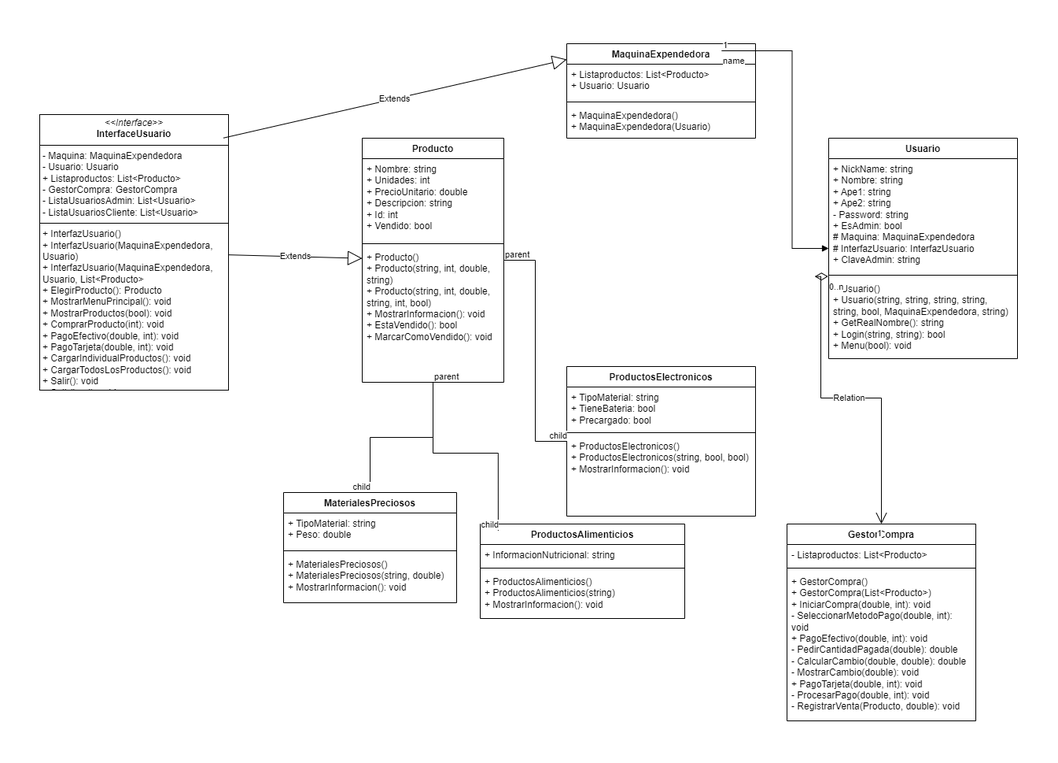
CarmenSanchezHDLFlor/MaquinaExpendedora---ProyectoFinal keeps this draw.io diagram as Diagrama MaquinaExpendedora.drawio.png. Above is the earlier version. Source tidied: cells renumbered, new cells last; positions are measured from the earlier drawing's top-left corner, leaving out a move shared by most shapes.
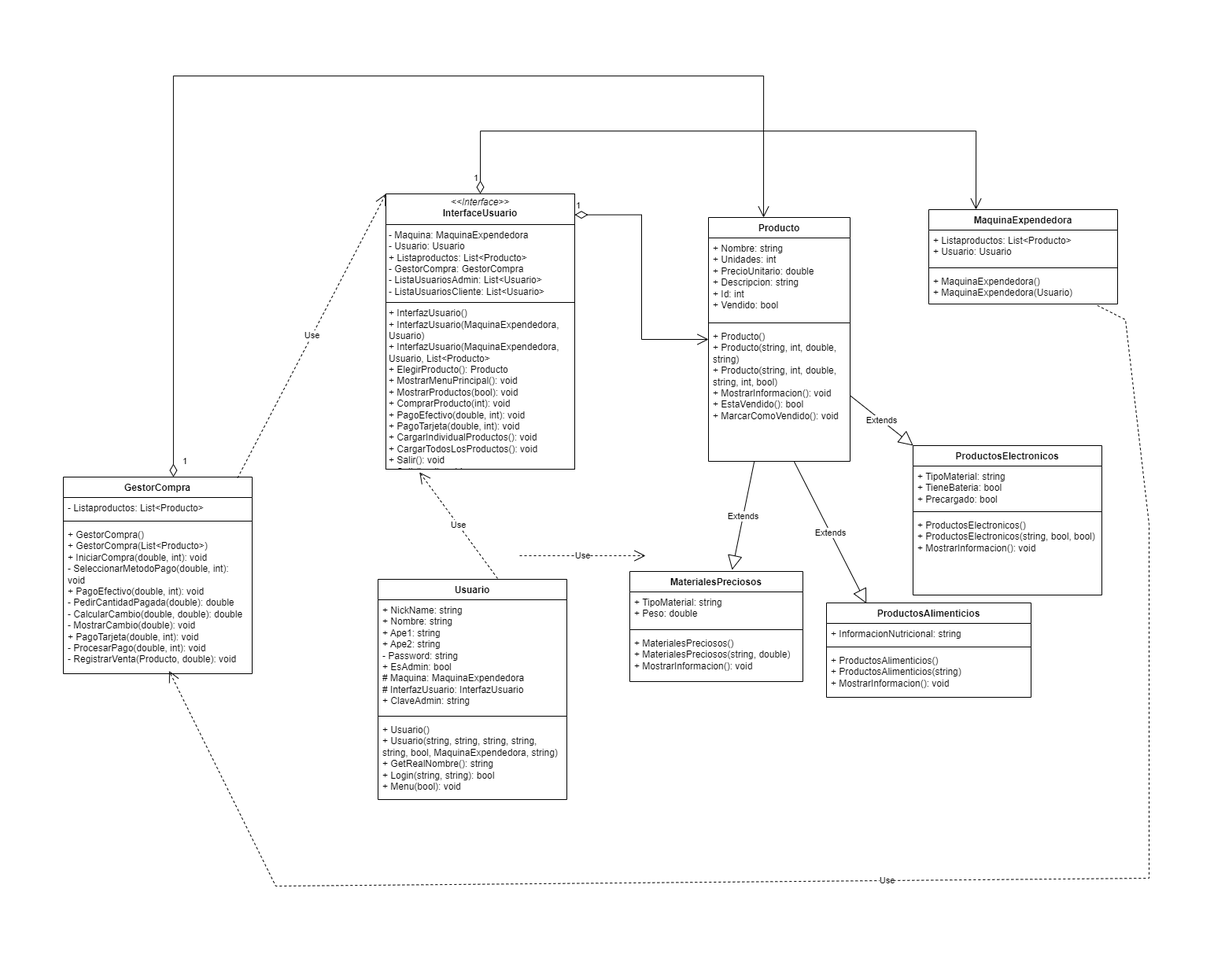
The same file after the commit.

Diff of the diagram source:
```diff
@@ -15,7 +15,7 @@
       <mxGeometry y="60" width="260" height="60" as="geometry" />
     </mxCell>
     <mxCell id="6" value="Usuario" style="swimlane;fontStyle=1;align=center;verticalAlign=top;horizontal=1;startSize=26;whiteSpace=wrap;html=1;" parent="1" vertex="1">
-      <mxGeometry x="1003" y="120" width="240" height="280" as="geometry" />
+      <mxGeometry x="-10" y="580" width="240" height="280" as="geometry" />
     </mxCell>
     <mxCell id="7" value="+ NickName: string&amp;nbsp;&lt;div&gt;+ Nombre: string&lt;/div&gt;&lt;div&gt;+ Ape1: string&lt;/div&gt;&lt;div&gt;+ Ape2: string&amp;nbsp;&lt;/div&gt;&lt;div&gt;- Password: string&lt;/div&gt;&lt;div&gt;+ EsAdmin: bool&amp;nbsp;&lt;/div&gt;&lt;div&gt;# Maquina: MaquinaExpendedora&lt;/div&gt;&lt;div&gt;# InterfazUsuario: InterfazUsuario&lt;/div&gt;&lt;div&gt;+ ClaveAdmin: string&lt;/div&gt;" style="text;strokeColor=none;fillColor=none;align=left;verticalAlign=top;spacingLeft=4;spacingRight=4;overflow=hidden;points=[[0,0.5],[1,0.5]];portConstraint=eastwest;whiteSpace=wrap;html=1;" parent="6" vertex="1">
       <mxGeometry y="26" width="240" height="144" as="geometry" />
@@ -39,7 +39,7 @@
       <mxGeometry y="88" width="240" height="102" as="geometry" />
     </mxCell>
     <mxCell id="14" value="MaquinaExpendedora" style="swimlane;fontStyle=1;align=center;verticalAlign=top;horizontal=1;startSize=26;whiteSpace=wrap;html=1;" parent="1" vertex="1">
-      <mxGeometry x="670" width="240" height="120" as="geometry" />
+      <mxGeometry x="690" y="110" width="240" height="120" as="geometry" />
     </mxCell>
     <mxCell id="15" value="+ Listaproductos: List&amp;lt;Producto&amp;gt;&lt;div&gt;+ Usuario: Usuario&lt;/div&gt;" style="text;strokeColor=none;fillColor=none;align=left;verticalAlign=top;spacingLeft=4;spacingRight=4;overflow=hidden;whiteSpace=wrap;html=1;" parent="14" vertex="1">
       <mxGeometry y="26" width="240" height="44" as="geometry" />
@@ -75,7 +75,7 @@
       <mxGeometry y="138" width="180" height="172" as="geometry" />
     </mxCell>
     <mxCell id="26" value="GestorCompra" style="swimlane;fontStyle=1;align=center;verticalAlign=top;horizontal=1;startSize=26;whiteSpace=wrap;html=1;" parent="1" vertex="1">
-      <mxGeometry x="950" y="610" width="240" height="250" as="geometry" />
+      <mxGeometry x="-410" y="450" width="240" height="250" as="geometry" />
     </mxCell>
     <mxCell id="27" value="- Listaproductos: List&amp;lt;Producto&amp;gt;&lt;div&gt;&lt;br&gt;&lt;/div&gt;" style="text;strokeColor=none;fillColor=none;align=left;verticalAlign=top;spacingLeft=4;spacingRight=4;overflow=hidden;whiteSpace=wrap;html=1;" parent="26" vertex="1">
       <mxGeometry y="26" width="240" height="26" as="geometry" />
@@ -89,55 +89,55 @@
     <mxCell id="30" value="&lt;p style=&quot;margin:0px;margin-top:4px;text-align:center;&quot;&gt;&lt;i&gt;&amp;lt;&amp;lt;Interface&amp;gt;&amp;gt;&lt;/i&gt;&lt;br&gt;&lt;b&gt;InterfaceUsuario&lt;/b&gt;&lt;/p&gt;&lt;hr size=&quot;1&quot; style=&quot;border-style:solid;&quot;&gt;&lt;p style=&quot;margin:0px;margin-left:4px;&quot;&gt;- Maquina: MaquinaExpendedora&lt;br&gt;- Usuario: Usuario&lt;/p&gt;&lt;p style=&quot;margin:0px;margin-left:4px;&quot;&gt;+ Listaproductos: List&amp;lt;Producto&amp;gt;&lt;/p&gt;&lt;p style=&quot;margin:0px;margin-left:4px;&quot;&gt;- GestorCompra: GestorCompra&lt;/p&gt;&lt;p style=&quot;margin:0px;margin-left:4px;&quot;&gt;- ListaUsuariosAdmin: List&amp;lt;Usuario&amp;gt;&lt;/p&gt;&lt;p style=&quot;margin:0px;margin-left:4px;&quot;&gt;- ListaUsuariosCliente: List&amp;lt;Usuario&amp;gt;&amp;nbsp;&lt;/p&gt;&lt;hr size=&quot;1&quot; style=&quot;border-style:solid;&quot;&gt;&lt;p style=&quot;margin:0px;margin-left:4px;&quot;&gt;+ InterfazUsuario()&lt;br&gt;+ InterfazUsuario(MaquinaExpendedora, Usuario)&lt;/p&gt;&lt;p style=&quot;margin:0px;margin-left:4px;&quot;&gt;+ InterfazUsuario(MaquinaExpendedora, Usuario, List&amp;lt;Producto&amp;gt;&lt;/p&gt;&lt;p style=&quot;margin:0px;margin-left:4px;&quot;&gt;+ ElegirProducto(): Producto&lt;/p&gt;&lt;p style=&quot;margin:0px;margin-left:4px;&quot;&gt;+ MostrarMenuPrincipal(): void&lt;/p&gt;&lt;p style=&quot;margin:0px;margin-left:4px;&quot;&gt;+ MostrarProductos(bool): void&lt;/p&gt;&lt;p style=&quot;margin:0px;margin-left:4px;&quot;&gt;+ ComprarProducto(int): void&lt;/p&gt;&lt;p style=&quot;margin:0px;margin-left:4px;&quot;&gt;+ PagoEfectivo(double, int): void&lt;/p&gt;&lt;p style=&quot;margin:0px;margin-left:4px;&quot;&gt;+ PagoTarjeta(double, int): void&amp;nbsp;&lt;/p&gt;&lt;p style=&quot;margin:0px;margin-left:4px;&quot;&gt;+ CargarIndividualProductos(): void&lt;/p&gt;&lt;p style=&quot;margin:0px;margin-left:4px;&quot;&gt;+ CargarTodosLosProductos(): void&lt;/p&gt;&lt;p style=&quot;margin:0px;margin-left:4px;&quot;&gt;+ Salir(): void&lt;/p&gt;&lt;p style=&quot;margin:0px;margin-left:4px;&quot;&gt;+ Salir(bool): void&amp;nbsp;&lt;/p&gt;" style="verticalAlign=top;align=left;overflow=fill;html=1;whiteSpace=wrap;" parent="1" vertex="1">
       <mxGeometry y="90" width="240" height="350" as="geometry" />
     </mxCell>
+    <mxCell id="32" value="Extends" style="endArrow=block;endSize=16;endFill=0;html=1;rounded=0;entryX=0.591;entryY=-0.014;entryDx=0;entryDy=0;entryPerimeter=0;" parent="1" edge="1" source="22" target="18">
+      <mxGeometry relative="1" as="geometry" />
+    </mxCell>
-    <mxCell id="31" value="Extends" style="endArrow=block;endSize=16;endFill=0;html=1;rounded=0;" parent="1" edge="1" source="30" target="22">
+    <mxCell id="31" value="Extends" style="endArrow=block;endSize=16;endFill=0;html=1;rounded=0;" parent="1" edge="1" source="22" target="10">
       <mxGeometry relative="1" as="geometry" />
     </mxCell>
-    <mxCell id="32" style="endArrow=none;html=1;edgeStyle=orthogonalEdgeStyle;rounded=0;" parent="1" edge="1" source="22" target="18">
-      <mxGeometry relative="1" as="geometry" />
-    </mxCell>
-    <mxCell id="33" value="parent" style="edgeLabel;html=1;align=left;verticalAlign=bottom;" parent="32" vertex="1">
-      <mxGeometry x="-1" relative="1" as="geometry" />
-    </mxCell>
-    <mxCell id="34" value="child" style="edgeLabel;html=1;align=right;verticalAlign=bottom;" parent="32" vertex="1">
-      <mxGeometry x="1" relative="1" as="geometry" />
-    </mxCell>
-    <mxCell id="35" style="endArrow=none;html=1;edgeStyle=orthogonalEdgeStyle;rounded=0;entryX=0.088;entryY=0.07;entryDx=0;entryDy=0;entryPerimeter=0;" parent="1" edge="1" source="22" target="2">
-      <mxGeometry relative="1" as="geometry" />
-    </mxCell>
-    <mxCell id="36" value="parent" style="edgeLabel;html=1;align=left;verticalAlign=bottom;" parent="35" vertex="1">
-      <mxGeometry x="-1" relative="1" as="geometry" />
-    </mxCell>
-    <mxCell id="37" value="child" style="edgeLabel;html=1;align=right;verticalAlign=bottom;" parent="35" vertex="1">
-      <mxGeometry x="1" relative="1" as="geometry" />
-    </mxCell>
-    <mxCell id="38" style="endArrow=none;html=1;edgeStyle=orthogonalEdgeStyle;rounded=0;" parent="1" edge="1" source="22" target="10">
-      <mxGeometry relative="1" as="geometry" />
-    </mxCell>
-    <mxCell id="39" value="parent" style="edgeLabel;html=1;align=left;verticalAlign=bottom;" parent="38" vertex="1">
-      <mxGeometry x="-1" relative="1" as="geometry" />
-    </mxCell>
-    <mxCell id="40" value="child" style="edgeLabel;html=1;align=right;verticalAlign=bottom;" parent="38" vertex="1">
-      <mxGeometry x="1" relative="1" as="geometry" />
-    </mxCell>
-    <mxCell id="41" value="name" style="endArrow=block;endFill=1;html=1;edgeStyle=orthogonalEdgeStyle;align=left;verticalAlign=top;rounded=0;exitX=0.82;exitY=0.075;exitDx=0;exitDy=0;exitPerimeter=0;" parent="1" edge="1" source="14" target="6">
-      <mxGeometry x="-1" relative="1" as="geometry" />
-    </mxCell>
-    <mxCell id="42" value="1" style="edgeLabel;html=1;align=left;verticalAlign=bottom;" parent="41" vertex="1">
-      <mxGeometry x="-1" relative="1" as="geometry" />
-    </mxCell>
-    <mxCell id="43" value="Relation" style="endArrow=open;html=1;endSize=12;startArrow=diamondThin;startSize=14;startFill=0;edgeStyle=orthogonalEdgeStyle;rounded=0;entryX=0.5;entryY=0;entryDx=0;entryDy=0;exitX=-0.003;exitY=1.039;exitDx=0;exitDy=0;exitPerimeter=0;" parent="1" edge="1" source="7" target="26">
-      <mxGeometry relative="1" as="geometry" />
-    </mxCell>
-    <mxCell id="44" value="0..n" style="edgeLabel;html=1;align=left;verticalAlign=top;" parent="43" vertex="1">
-      <mxGeometry x="-1" relative="1" as="geometry" />
-    </mxCell>
-    <mxCell id="45" value="1" style="edgeLabel;html=1;align=right;verticalAlign=top;" parent="43" vertex="1">
-      <mxGeometry x="1" relative="1" as="geometry" />
-    </mxCell>
-    <mxCell id="46" value="Extends" style="endArrow=block;endSize=16;endFill=0;html=1;rounded=0;exitX=0.973;exitY=0.085;exitDx=0;exitDy=0;exitPerimeter=0;" parent="1" edge="1" source="30">
-      <mxGeometry relative="1" as="geometry">
-        <mxPoint x="670" y="20" as="targetPoint" />
-      </mxGeometry>
-    </mxCell>
+    <mxCell id="47" value="Extends" style="endArrow=block;endSize=16;endFill=0;html=1;rounded=0;entryX=0.195;entryY=0.006;entryDx=0;entryDy=0;entryPerimeter=0;exitX=0.604;exitY=1;exitDx=0;exitDy=0;exitPerimeter=0;" parent="1" edge="1" source="25" target="2">
+      <mxGeometry relative="1" as="geometry" />
+    </mxCell>
+    <mxCell id="48" value="1" style="endArrow=open;html=1;endSize=12;startArrow=diamondThin;startSize=14;startFill=0;edgeStyle=orthogonalEdgeStyle;align=left;verticalAlign=bottom;rounded=0;exitX=1;exitY=0.076;exitDx=0;exitDy=0;exitPerimeter=0;" parent="1" edge="1" source="30" target="22">
+      <mxGeometry x="-1" y="3" relative="1" as="geometry" />
+    </mxCell>
+    <mxCell id="49" value="Use" style="endArrow=open;endSize=12;dashed=1;html=1;rounded=0;exitX=0.633;exitY=-0.004;exitDx=0;exitDy=0;exitPerimeter=0;entryX=0.178;entryY=1.011;entryDx=0;entryDy=0;entryPerimeter=0;" parent="1" edge="1" source="6" target="30">
+      <mxGeometry relative="1" as="geometry" />
+    </mxCell>
+    <mxCell id="50" value="1" style="endArrow=open;html=1;endSize=12;startArrow=diamondThin;startSize=14;startFill=0;edgeStyle=orthogonalEdgeStyle;align=left;verticalAlign=bottom;rounded=0;entryX=0.25;entryY=0;entryDx=0;entryDy=0;exitX=0.5;exitY=0;exitDx=0;exitDy=0;" parent="1" edge="1" source="30" target="14">
+      <mxGeometry x="-0.98" y="10" relative="1" as="geometry">
+        <Array as="points">
+          <mxPoint x="120" y="10" />
+          <mxPoint x="750" y="10" />
+        </Array>
+      </mxGeometry>
+    </mxCell>
+    <mxCell id="51" value="1" style="endArrow=open;html=1;endSize=12;startArrow=diamondThin;startSize=14;startFill=0;edgeStyle=orthogonalEdgeStyle;align=left;verticalAlign=bottom;rounded=0;exitX=0.583;exitY=0;exitDx=0;exitDy=0;exitPerimeter=0;entryX=0.389;entryY=0;entryDx=0;entryDy=0;entryPerimeter=0;" parent="1" edge="1" source="26" target="22">
+      <mxGeometry x="-0.99" y="-10" relative="1" as="geometry">
+        <Array as="points">
+          <mxPoint x="-270" y="-60" />
+          <mxPoint x="480" y="-60" />
+        </Array>
+      </mxGeometry>
+    </mxCell>
+    <mxCell id="52" value="Use" style="endArrow=open;endSize=12;dashed=1;html=1;rounded=0;entryX=0.56;entryY=0.981;entryDx=0;entryDy=0;entryPerimeter=0;exitX=0.893;exitY=1.043;exitDx=0;exitDy=0;exitPerimeter=0;" parent="1" edge="1" source="17" target="29">
+      <mxGeometry relative="1" as="geometry">
+        <Array as="points">
+          <mxPoint x="940" y="250" />
+          <mxPoint x="970" y="510" />
+          <mxPoint x="970" y="960" />
+          <mxPoint x="-140" y="970" />
+        </Array>
+      </mxGeometry>
+    </mxCell>
+    <mxCell id="53" value="Use" style="endArrow=open;endSize=12;dashed=1;html=1;rounded=0;" parent="1" edge="1">
+      <mxGeometry relative="1" as="geometry">
+        <mxPoint x="170" y="550" as="sourcePoint" />
+        <mxPoint x="330" y="550" as="targetPoint" />
+      </mxGeometry>
+    </mxCell>
+    <mxCell id="54" value="Use" style="endArrow=open;endSize=12;dashed=1;html=1;rounded=0;entryX=0;entryY=0;entryDx=0;entryDy=0;exitX=0.923;exitY=0.004;exitDx=0;exitDy=0;exitPerimeter=0;" parent="1" edge="1" source="26" target="30">
+      <mxGeometry relative="1" as="geometry" />
+    </mxCell>
   </root>
 </mxGraphModel>
```
